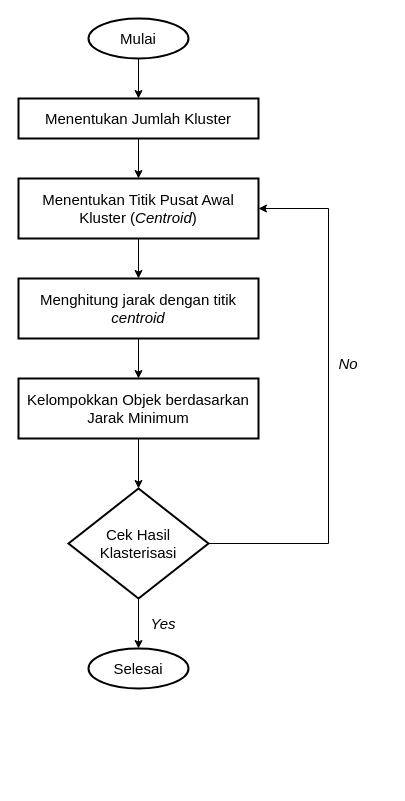
NayaRPL/bebas keeps this draw.io diagram as page "Halaman-6" (6 of 6) of Diagram Tanpa Judul.drawio. Above is the earlier version. Source tidied: cells renumbered, new cells numbered last; positions are measured from the earlier drawing's top-left corner, leaving out a move shared by most shapes. Both pictures are drawn from the tidied source at 100%, with x=0, y=0 at pixel (18, 18).
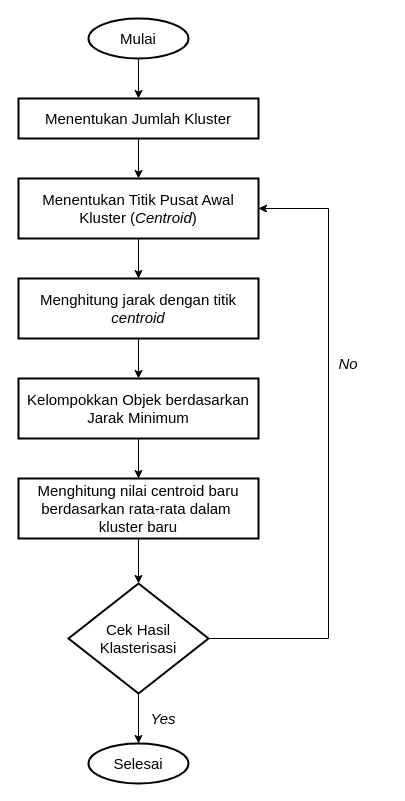
The same diagram, later.

The change refers to these unchanged cells:
```xml
<mxCell id="7" value="&lt;font style=&quot;font-size: 15px;&quot;&gt;Menentukan Titik Pusat Awal Kluster (&lt;i&gt;Centroid&lt;/i&gt;)&lt;/font&gt;" style="rounded=0;whiteSpace=wrap;html=1;absoluteArcSize=1;arcSize=14;strokeWidth=2;" parent="1" vertex="1">
  <mxGeometry y="160" width="240" height="60" as="geometry" />
</mxCell>
<mxCell id="11" value="&lt;font style=&quot;font-size: 15px;&quot;&gt;Kelompokkan Objek berdasarkan Jarak Minimum&lt;/font&gt;" style="rounded=0;whiteSpace=wrap;html=1;absoluteArcSize=1;arcSize=14;strokeWidth=2;" parent="1" vertex="1">
  <mxGeometry y="360" width="240" height="60" as="geometry" />
</mxCell>
```

What changed in the source:
```diff
@@
-    <mxCell id="10" style="edgeStyle=orthogonalEdgeStyle;rounded=0;jettySize=auto;html=1;exitX=0.5;exitY=1;exitDx=0;exitDy=0;" parent="1" edge="1" source="11" target="13">
-      <mxGeometry relative="1" as="geometry" />
-    </mxCell>
+    <mxCell id="18" style="edgeStyle=orthogonalEdgeStyle;rounded=0;jettySize=auto;html=1;exitX=0.5;exitY=1;exitDx=0;exitDy=0;entryX=0.5;entryY=0;entryDx=0;entryDy=0;" parent="1" edge="1" source="11" target="19">
+      <mxGeometry relative="1" as="geometry" />
+    </mxCell>
@@
     <mxCell id="12" style="edgeStyle=orthogonalEdgeStyle;rounded=0;jettySize=auto;html=1;exitX=1;exitY=0.5;exitDx=0;exitDy=0;exitPerimeter=0;entryX=1;entryY=0.5;entryDx=0;entryDy=0;" parent="1" edge="1" source="13" target="7">
       <mxGeometry relative="1" as="geometry">
         <Array as="points">
-          <mxPoint x="310" y="525" />
+          <mxPoint x="310" y="620" />
           <mxPoint x="310" y="190" />
         </Array>
       </mxGeometry>
     </mxCell>
     <mxCell id="13" value="&lt;font style=&quot;font-size: 15px;&quot;&gt;Cek Hasil Klasterisasi&lt;/font&gt;" style="strokeWidth=2;html=1;shape=mxgraph.flowchart.decision;whiteSpace=wrap;" parent="1" vertex="1">
-      <mxGeometry x="50" y="470" width="140" height="110" as="geometry" />
+      <mxGeometry x="50" y="565" width="140" height="110" as="geometry" />
     </mxCell>
     <mxCell id="14" value="&lt;font style=&quot;font-size: 15px;&quot;&gt;Selesai&lt;/font&gt;" style="strokeWidth=2;html=1;shape=mxgraph.flowchart.start_1;whiteSpace=wrap;" parent="1" vertex="1">
-      <mxGeometry x="70" y="630" width="100" height="40" as="geometry" />
+      <mxGeometry x="70" y="725" width="100" height="40" as="geometry" />
     </mxCell>
@@
     <mxCell id="17" value="&lt;font style=&quot;font-size: 15px;&quot;&gt;&lt;i&gt;Yes&lt;/i&gt;&lt;/font&gt;" style="text;html=1;align=center;verticalAlign=middle;whiteSpace=wrap;rounded=0;" parent="1" vertex="1">
-      <mxGeometry x="120" y="590" width="50" height="30" as="geometry" />
+      <mxGeometry x="120" y="685" width="50" height="30" as="geometry" />
     </mxCell>
+    <mxCell id="19" value="&lt;font style=&quot;font-size: 15px;&quot;&gt;Menghitung nilai centroid baru berdasarkan rata-rata dalam&amp;nbsp;&lt;/font&gt;&lt;div&gt;&lt;font style=&quot;font-size: 15px;&quot;&gt;kluster baru&lt;/font&gt;&lt;/div&gt;" style="rounded=0;whiteSpace=wrap;html=1;absoluteArcSize=1;arcSize=14;strokeWidth=2;" parent="1" vertex="1">
+      <mxGeometry y="460" width="240" height="60" as="geometry" />
+    </mxCell>
+    <mxCell id="20" style="edgeStyle=orthogonalEdgeStyle;rounded=0;jettySize=auto;html=1;exitX=0.5;exitY=1;exitDx=0;exitDy=0;entryX=0.5;entryY=0;entryDx=0;entryDy=0;entryPerimeter=0;" parent="1" edge="1" source="19" target="13">
+      <mxGeometry relative="1" as="geometry" />
+    </mxCell>
```
